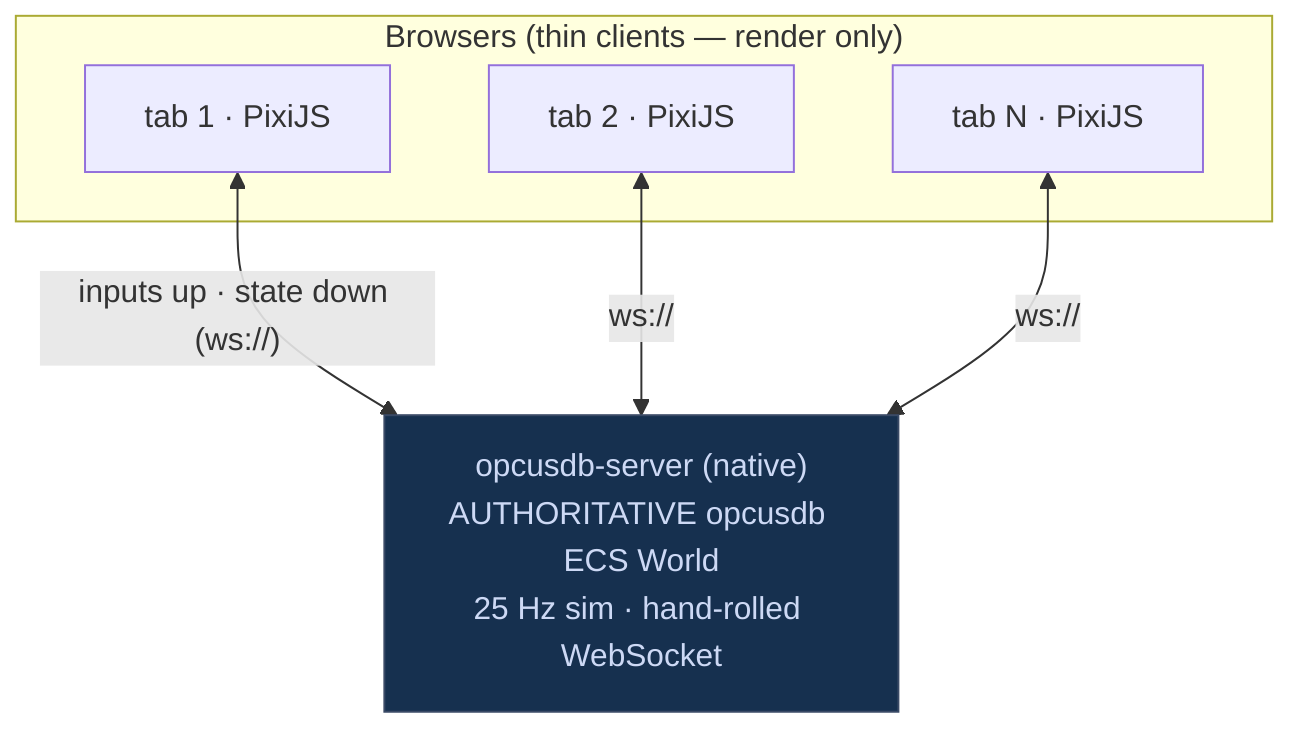
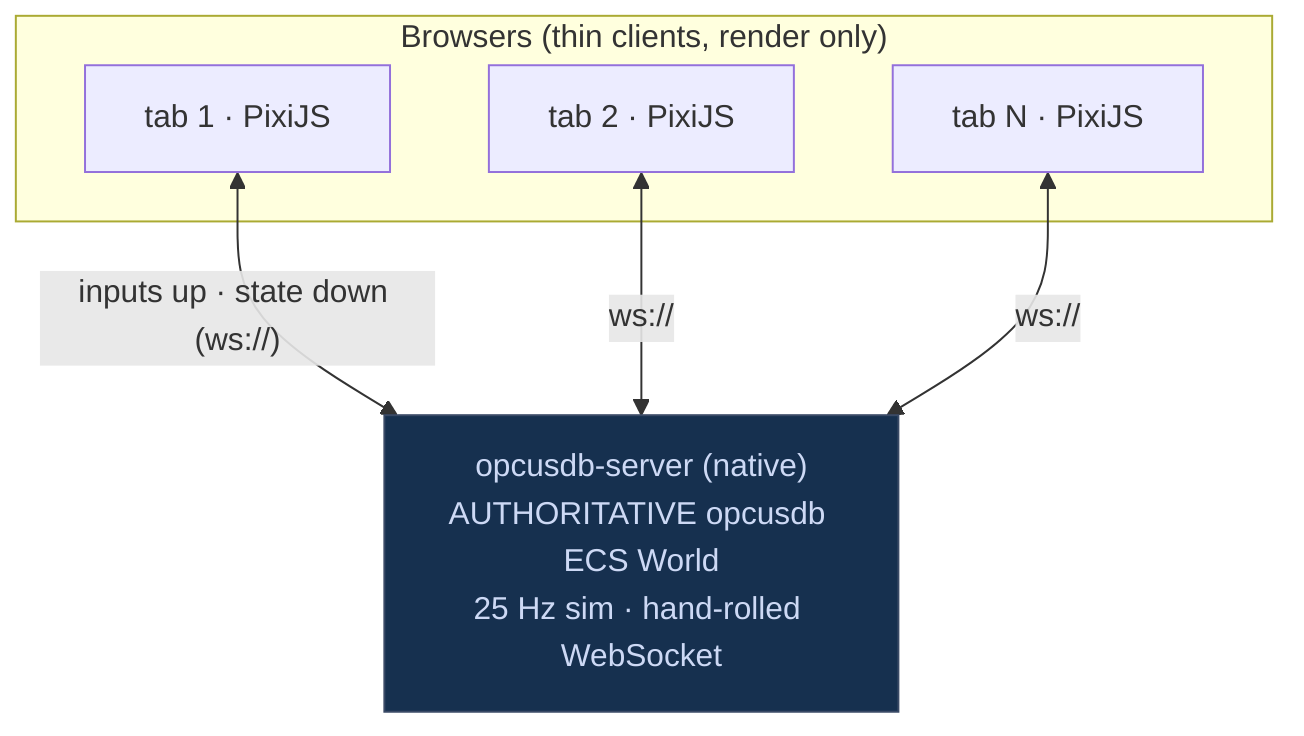
flowchart TB
-     subgraph clients["Browsers (thin clients — render only)"]
+     subgraph clients["Browsers (thin clients, render only)"]
        b1["tab 1 · PixiJS"]
        b2["tab 2 · PixiJS"]
        b3["tab N · PixiJS"]
    end
    server["opcusdb-server (native)\nAUTHORITATIVE opcusdb ECS World\n25 Hz sim · hand-rolled WebSocket"]
    b1 <-->|"inputs up · state down (ws://)"| server
    b2 <-->|ws://| server
    b3 <-->|ws://| server
    classDef s fill:#16304f,stroke:#3a4a66,color:#cdd9f5;
    class server s;
